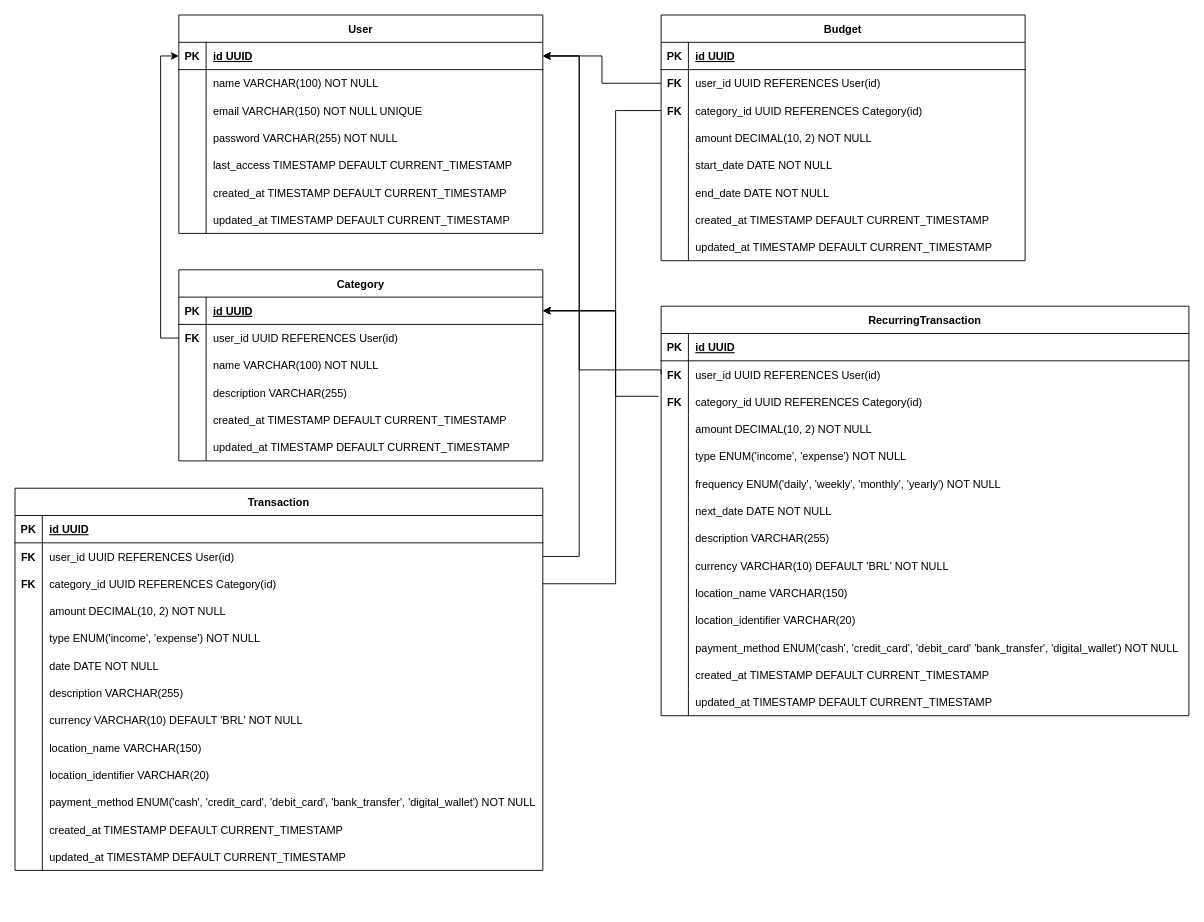
The draw.io diagram Diagrama sem nome.drawio in bcf513/financial-control, before the edit. Source tidied: cells renumbered, new cells numbered last; positions are measured from the earlier drawing's top-left corner, leaving out a move shared by most shapes. Both pictures are drawn from the tidied source at 91%, with x=0, y=0 at pixel (15, 15).
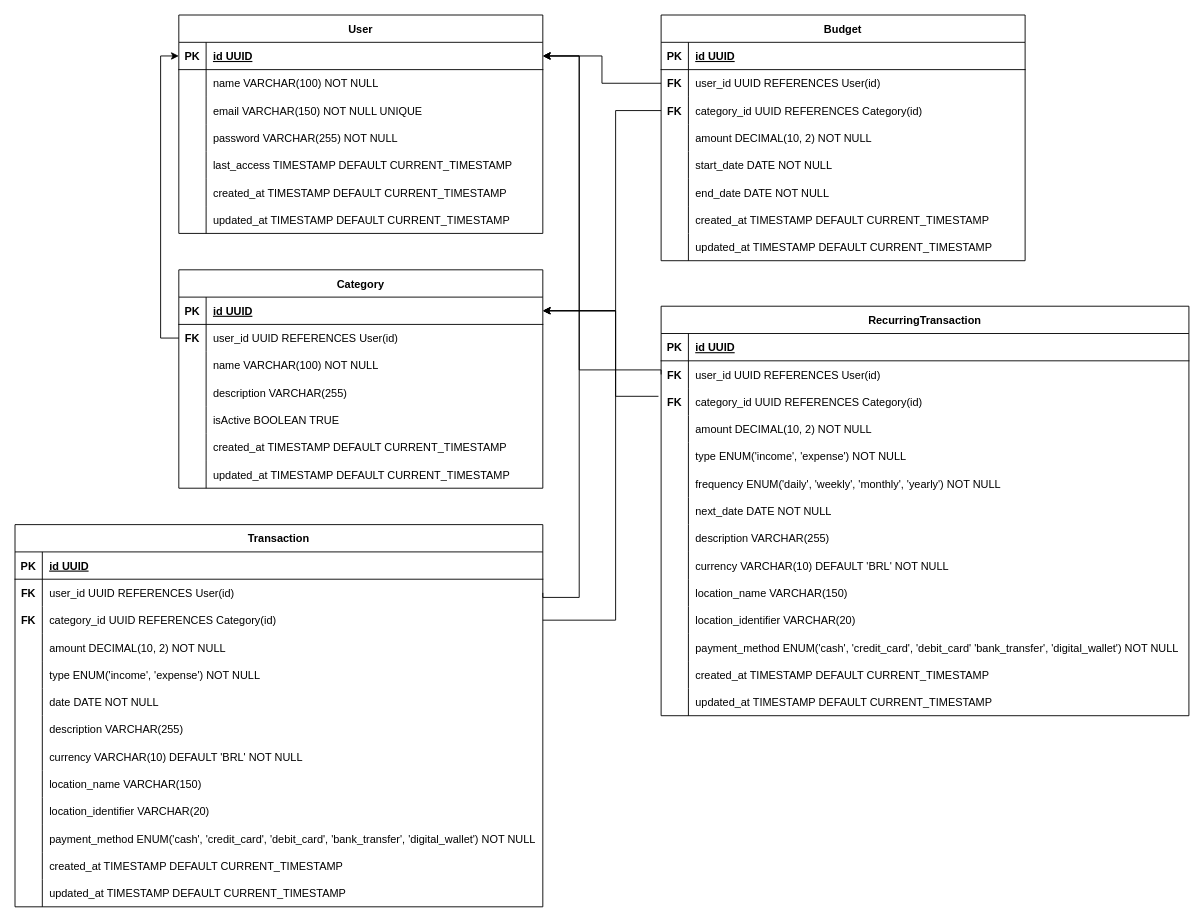
The same diagram, later.

The change refers to these unchanged cells:
```xml
<mxCell id="3" style="shape=tableRow;horizontal=0;startSize=0;swimlaneHead=0;swimlaneBody=0;fillColor=none;points=[[0,0.5],[1,0.5]];portConstraint=eastwest;strokeColor=inherit;top=0;left=0;right=0;bottom=1;" parent="2" vertex="1">
  <mxGeometry y="30" width="400" height="30" as="geometry" />
</mxCell>
<mxCell id="22" style="shape=tableRow;horizontal=0;startSize=0;swimlaneHead=0;swimlaneBody=0;fillColor=none;points=[[0,0.5],[1,0.5]];portConstraint=eastwest;strokeColor=inherit;top=0;left=0;right=0;bottom=1;" parent="21" vertex="1">
  <mxGeometry y="30" width="400" height="30" as="geometry" />
</mxCell>
<mxCell id="77" style="shape=tableRow;horizontal=0;startSize=0;swimlaneHead=0;swimlaneBody=0;fillColor=none;points=[[0,0.5],[1,0.5]];portConstraint=eastwest;strokeColor=inherit;top=0;left=0;right=0;bottom=0;" parent="73" vertex="1">
  <mxGeometry y="60" width="580" height="30" as="geometry" />
</mxCell>
<mxCell id="80" style="shape=tableRow;horizontal=0;startSize=0;swimlaneHead=0;swimlaneBody=0;fillColor=none;points=[[0,0.5],[1,0.5]];portConstraint=eastwest;strokeColor=inherit;top=0;left=0;right=0;bottom=0;" parent="73" vertex="1">
  <mxGeometry y="90" width="580" height="30" as="geometry" />
</mxCell>
```

Diff of the diagram source:
```diff
@@
     <mxCell id="2" value="Category" style="shape=table;startSize=30;childLayout=tableLayout;rowLines=0;fontStyle=1;align=center;" parent="1" vertex="1">
-      <mxGeometry x="180" y="280" width="400" height="210" as="geometry" />
+      <mxGeometry x="180" y="280" width="400" height="240" as="geometry" />
     </mxCell>
@@
+    <mxCell id="158" style="shape=tableRow;horizontal=0;startSize=0;swimlaneHead=0;swimlaneBody=0;fillColor=none;top=0;left=0;right=0;bottom=0;" parent="2" vertex="1">
+      <mxGeometry y="150" width="400" height="30" as="geometry" />
+    </mxCell>
+    <mxCell id="159" style="shape=partialRectangle;fillColor=none;top=0;left=0;bottom=0;right=0;overflow=hidden;" parent="158" vertex="1">
+      <mxGeometry width="30" height="30" as="geometry" />
+    </mxCell>
+    <mxCell id="160" value="isActive BOOLEAN TRUE" style="shape=partialRectangle;fillColor=none;top=0;left=0;bottom=0;right=0;align=left;spacingLeft=6;overflow=hidden;" parent="158" vertex="1">
+      <mxGeometry x="30" width="370" height="30" as="geometry" />
+    </mxCell>
     <mxCell id="15" style="shape=tableRow;horizontal=0;startSize=0;swimlaneHead=0;swimlaneBody=0;fillColor=none;strokeColor=inherit;top=0;left=0;right=0;bottom=0;" parent="2" vertex="1">
-      <mxGeometry y="150" width="400" height="30" as="geometry" />
+      <mxGeometry y="180" width="400" height="30" as="geometry" />
     </mxCell>
@@
     <mxCell id="18" style="shape=tableRow;horizontal=0;startSize=0;swimlaneHead=0;swimlaneBody=0;fillColor=none;strokeColor=inherit;top=0;left=0;right=0;bottom=0;" parent="2" vertex="1">
-      <mxGeometry y="180" width="400" height="30" as="geometry" />
+      <mxGeometry y="210" width="400" height="30" as="geometry" />
     </mxCell>
@@
     <mxCell id="73" value="Transaction" style="shape=table;startSize=30;childLayout=tableLayout;rowLines=0;fontStyle=1;align=center;" parent="1" vertex="1">
-      <mxGeometry y="520" width="580" height="420" as="geometry" />
+      <mxGeometry y="560" width="580" height="420" as="geometry" />
     </mxCell>
@@
     <mxCell id="156" style="edgeStyle=orthogonalEdgeStyle;rounded=0;jettySize=auto;html=1;exitX=1;exitY=0.5;exitDx=0;exitDy=0;entryX=1;entryY=0.5;entryDx=0;entryDy=0;" parent="1" edge="1" source="77" target="22">
       <mxGeometry relative="1" as="geometry">
         <Array as="points">
-          <mxPoint x="620" y="595" />
+          <mxPoint x="580" y="640" />
+          <mxPoint x="620" y="640" />
           <mxPoint x="620" y="45" />
         </Array>
       </mxGeometry>
     </mxCell>
     <mxCell id="157" style="edgeStyle=orthogonalEdgeStyle;rounded=0;jettySize=auto;html=1;exitX=1;exitY=0.5;exitDx=0;exitDy=0;entryX=1;entryY=0.5;entryDx=0;entryDy=0;" parent="1" edge="1" source="80" target="3">
       <mxGeometry relative="1" as="geometry">
         <Array as="points">
-          <mxPoint x="660" y="625" />
+          <mxPoint x="660" y="665" />
           <mxPoint x="660" y="325" />
         </Array>
       </mxGeometry>
     </mxCell>
```
